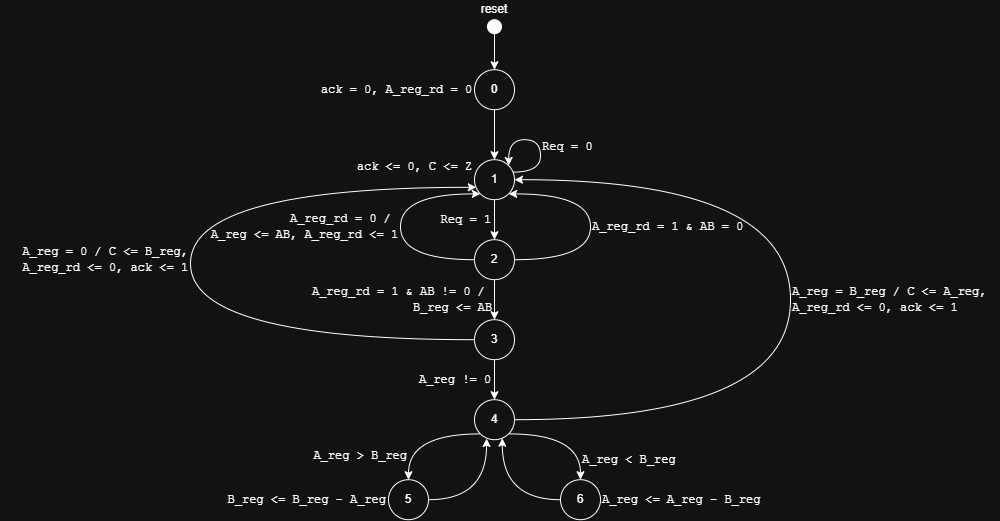
The draw.io diagram assignment_1/State_graph.png in Thommimp/02203_Design_of_Digital_Systems, before a commit. Source tidied: cells renumbered, new cells last; positions are measured from the earlier drawing's top-left corner, leaving out a move shared by most shapes.
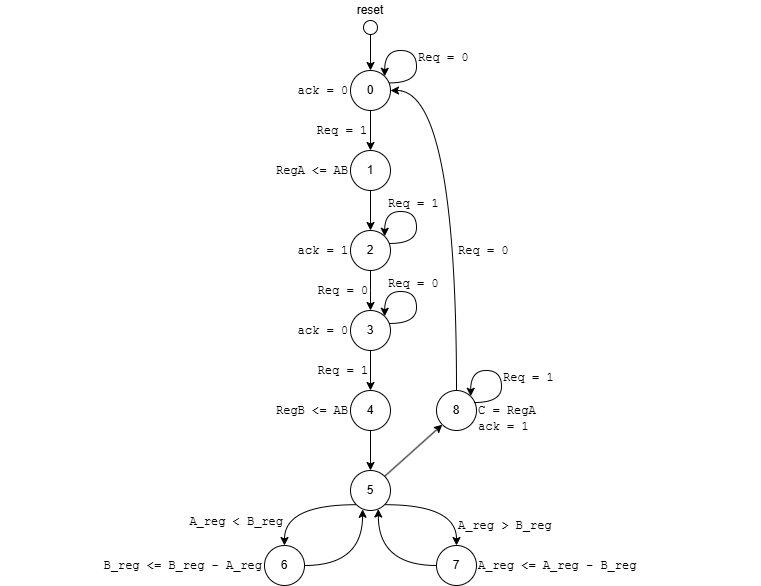
Above is the later version.

Diff of the diagram source:
```diff
@@ -3,126 +3,66 @@
     <mxCell id="0" />
     <mxCell id="1" parent="0" />
     <mxCell id="2" value="&lt;font face=&quot;Courier New&quot;&gt;Req = 1&lt;/font&gt;" style="text;html=1;whiteSpace=wrap;strokeColor=none;fillColor=none;align=right;verticalAlign=middle;rounded=0;" parent="1" vertex="1">
-      <mxGeometry x="433" y="200" width="60" height="40" as="geometry" />
+      <mxGeometry x="433" y="110" width="60" height="40" as="geometry" />
     </mxCell>
-    <mxCell id="3" value="1" style="strokeWidth=1;html=1;shape=mxgraph.flowchart.start_2;whiteSpace=wrap;" parent="1" vertex="1">
-      <mxGeometry x="474" y="160" width="40" height="40" as="geometry" />
+    <mxCell id="3" value="0" style="strokeWidth=1;html=1;shape=mxgraph.flowchart.start_2;whiteSpace=wrap;" parent="1" vertex="1">
+      <mxGeometry x="474" y="70" width="40" height="40" as="geometry" />
     </mxCell>
     <mxCell id="4" style="edgeStyle=orthogonalEdgeStyle;rounded=0;orthogonalLoop=1;jettySize=auto;html=1;exitX=0.964;exitY=0.311;exitDx=0;exitDy=0;exitPerimeter=0;entryX=0.855;entryY=0.145;entryDx=0;entryDy=0;entryPerimeter=0;curved=1;innerLoopWaypoints=1;" parent="1" edge="1" source="3" target="3">
       <mxGeometry relative="1" as="geometry">
         <Array as="points">
-          <mxPoint x="540" y="172.4" />
-          <mxPoint x="540" y="140" />
-          <mxPoint x="508.2" y="140" />
+          <mxPoint x="540" y="82.4" />
+          <mxPoint x="540" y="50" />
+          <mxPoint x="508.2" y="50" />
         </Array>
       </mxGeometry>
     </mxCell>
     <mxCell id="5" value="&lt;font face=&quot;Courier New&quot;&gt;Req = 0&lt;/font&gt;" style="text;html=1;whiteSpace=wrap;strokeColor=none;fillColor=none;align=left;verticalAlign=middle;rounded=0;" parent="1" vertex="1">
-      <mxGeometry x="540" y="140" width="190" height="14" as="geometry" />
+      <mxGeometry x="540" y="50" width="190" height="14" as="geometry" />
     </mxCell>
-    <mxCell id="6" value="2" style="strokeWidth=1;html=1;shape=mxgraph.flowchart.start_2;whiteSpace=wrap;" parent="1" vertex="1">
-      <mxGeometry x="474" y="240" width="40" height="40" as="geometry" />
+    <mxCell id="6" value="1" style="strokeWidth=1;html=1;shape=mxgraph.flowchart.start_2;whiteSpace=wrap;" parent="1" vertex="1">
+      <mxGeometry x="474" y="150" width="40" height="40" as="geometry" />
     </mxCell>
     <mxCell id="7" style="edgeStyle=orthogonalEdgeStyle;rounded=0;jettySize=auto;html=1;exitX=0.5;exitY=1;exitDx=0;exitDy=0;exitPerimeter=0;entryX=0.5;entryY=0;entryDx=0;entryDy=0;entryPerimeter=0;curved=1;" parent="1" edge="1" source="3" target="6">
       <mxGeometry relative="1" as="geometry" />
     </mxCell>
-    <mxCell id="8" style="edgeStyle=orthogonalEdgeStyle;rounded=0;jettySize=auto;html=1;" parent="1" edge="1" source="9" target="3">
-      <mxGeometry relative="1" as="geometry" />
-    </mxCell>
-    <mxCell id="9" value="0" style="strokeWidth=1;html=1;shape=mxgraph.flowchart.start_2;whiteSpace=wrap;" parent="1" vertex="1">
-      <mxGeometry x="474" y="70" width="40" height="40" as="geometry" />
-    </mxCell>
     <mxCell id="10" value="reset" style="text;html=1;whiteSpace=wrap;strokeColor=none;fillColor=none;align=center;verticalAlign=middle;rounded=0;" parent="1" vertex="1">
       <mxGeometry x="474" width="40" height="20" as="geometry" />
     </mxCell>
     <mxCell id="11" style="ellipse;whiteSpace=wrap;html=1;shapeInside=1;fillColor=light-dark(#FFFFFF,#FFFFFF);" parent="1" vertex="1">
       <mxGeometry x="487" y="20" width="14" height="14" as="geometry" />
     </mxCell>
-    <mxCell id="12" style="edgeStyle=orthogonalEdgeStyle;rounded=0;jettySize=auto;html=1;entryX=0.5;entryY=0;entryDx=0;entryDy=0;entryPerimeter=0;" parent="1" edge="1" source="11" target="9">
-      <mxGeometry relative="1" as="geometry" />
+    <mxCell id="12" style="edgeStyle=orthogonalEdgeStyle;rounded=0;jettySize=auto;html=1;entryX=0.5;entryY=0;entryDx=0;entryDy=0;entryPerimeter=0;" parent="1" edge="1" source="11">
+      <mxGeometry relative="1" as="geometry">
+        <mxPoint x="494" y="70" as="targetPoint" />
+      </mxGeometry>
     </mxCell>
-    <mxCell id="13" value="&lt;div style=&quot;&quot;&gt;&lt;span style=&quot;font-family: &amp;quot;Courier New&amp;quot;; background-color: transparent; color: light-dark(rgb(0, 0, 0), rgb(255, 255, 255));&quot;&gt;ack = 0,&amp;nbsp;&lt;/span&gt;&lt;span style=&quot;font-family: &amp;quot;Courier New&amp;quot;; background-color: transparent; color: light-dark(rgb(0, 0, 0), rgb(255, 255, 255));&quot;&gt;A_reg_rd = 0&lt;/span&gt;&lt;/div&gt;" style="text;html=1;whiteSpace=wrap;strokeColor=none;fillColor=none;align=right;verticalAlign=middle;rounded=0;" parent="1" vertex="1">
-      <mxGeometry x="320" y="63.8" width="154" height="52.5" as="geometry" />
-    </mxCell>
-    <mxCell id="14" value="3" style="strokeWidth=1;html=1;shape=mxgraph.flowchart.start_2;whiteSpace=wrap;" parent="1" vertex="1">
-      <mxGeometry x="474" y="320" width="40" height="40" as="geometry" />
+    <mxCell id="14" value="2" style="strokeWidth=1;html=1;shape=mxgraph.flowchart.start_2;whiteSpace=wrap;" parent="1" vertex="1">
+      <mxGeometry x="474" y="230" width="40" height="40" as="geometry" />
     </mxCell>
     <mxCell id="15" style="edgeStyle=orthogonalEdgeStyle;rounded=0;jettySize=auto;html=1;entryX=0.5;entryY=0;entryDx=0;entryDy=0;entryPerimeter=0;" parent="1" edge="1" source="6" target="14">
       <mxGeometry relative="1" as="geometry" />
     </mxCell>
-    <mxCell id="16" style="edgeStyle=orthogonalEdgeStyle;rounded=0;jettySize=auto;html=1;entryX=0.855;entryY=0.855;entryDx=0;entryDy=0;entryPerimeter=0;curved=1;" parent="1" edge="1" source="6" target="3">
-      <mxGeometry relative="1" as="geometry">
-        <Array as="points">
-          <mxPoint x="590" y="260" />
-          <mxPoint x="590" y="194.2" />
-        </Array>
-      </mxGeometry>
-    </mxCell>
-    <mxCell id="17" style="edgeStyle=orthogonalEdgeStyle;rounded=0;jettySize=auto;html=1;entryX=0.145;entryY=0.855;entryDx=0;entryDy=0;entryPerimeter=0;curved=1;" parent="1" edge="1" source="6" target="3">
-      <mxGeometry relative="1" as="geometry">
-        <Array as="points">
-          <mxPoint x="400" y="260" />
-          <mxPoint x="400" y="194.2" />
-        </Array>
-      </mxGeometry>
-    </mxCell>
-    <mxCell id="18" value="&lt;font face=&quot;Courier New&quot;&gt;A_reg_rd = 0 /&amp;nbsp;&lt;/font&gt;&lt;div style=&quot;&quot;&gt;&lt;span style=&quot;font-family: &amp;quot;Courier New&amp;quot;; background-color: transparent; color: light-dark(rgb(0, 0, 0), rgb(255, 255, 255));&quot;&gt;A_reg &amp;lt;= AB, A_reg_rd &amp;lt;= 1&lt;/span&gt;&lt;/div&gt;" style="text;html=1;whiteSpace=wrap;strokeColor=none;fillColor=none;align=right;verticalAlign=middle;rounded=0;" parent="1" vertex="1">
-      <mxGeometry x="210" y="210" width="190" height="34" as="geometry" />
-    </mxCell>
-    <mxCell id="19" value="&lt;font face=&quot;Courier New&quot;&gt;A_reg_rd = 1 &amp;amp; AB = 0&lt;br&gt;&lt;/font&gt;" style="text;html=1;whiteSpace=wrap;strokeColor=none;fillColor=none;align=left;verticalAlign=middle;rounded=0;" parent="1" vertex="1">
-      <mxGeometry x="590" y="210" width="190" height="34" as="geometry" />
-    </mxCell>
-    <mxCell id="20" value="&lt;font face=&quot;Courier New&quot;&gt;A_reg_rd = 1 &amp;amp; AB != 0 /&amp;nbsp;&lt;/font&gt;&lt;div style=&quot;&quot;&gt;&lt;span style=&quot;font-family: &amp;quot;Courier New&amp;quot;; background-color: transparent; color: light-dark(rgb(0, 0, 0), rgb(255, 255, 255));&quot;&gt;B_reg &amp;lt;= AB&lt;/span&gt;&lt;/div&gt;" style="text;html=1;whiteSpace=wrap;strokeColor=none;fillColor=none;align=right;verticalAlign=middle;rounded=0;" parent="1" vertex="1">
-      <mxGeometry x="304" y="280" width="190" height="40" as="geometry" />
-    </mxCell>
-    <mxCell id="21" style="edgeStyle=orthogonalEdgeStyle;rounded=0;jettySize=auto;html=1;entryX=0.045;entryY=0.69;entryDx=0;entryDy=0;entryPerimeter=0;curved=1;" parent="1" edge="1" source="14" target="3">
-      <mxGeometry relative="1" as="geometry">
-        <Array as="points">
-          <mxPoint x="190" y="340" />
-          <mxPoint x="190" y="187.6" />
-        </Array>
-      </mxGeometry>
-    </mxCell>
-    <mxCell id="22" value="&lt;font face=&quot;Courier New&quot;&gt;A_reg = 0 /&amp;nbsp;&lt;/font&gt;&lt;span style=&quot;background-color: transparent; color: light-dark(rgb(0, 0, 0), rgb(255, 255, 255));&quot;&gt;&lt;font face=&quot;Courier New&quot;&gt;C &amp;lt;= B_reg,&lt;/font&gt;&lt;/span&gt;&lt;div&gt;&lt;span style=&quot;background-color: transparent; color: light-dark(rgb(0, 0, 0), rgb(255, 255, 255)); font-family: &amp;quot;Courier New&amp;quot;;&quot;&gt;A_reg_rd &amp;lt;= 0&lt;/span&gt;&lt;span style=&quot;background-color: transparent; color: light-dark(rgb(0, 0, 0), rgb(255, 255, 255)); font-family: &amp;quot;Courier New&amp;quot;;&quot;&gt;, ack &amp;lt;= 1&lt;/span&gt;&lt;/div&gt;" style="text;html=1;whiteSpace=wrap;strokeColor=none;fillColor=none;align=right;verticalAlign=middle;rounded=0;" parent="1" vertex="1">
-      <mxGeometry y="243" width="190" height="34" as="geometry" />
-    </mxCell>
     <mxCell id="23" style="edgeStyle=orthogonalEdgeStyle;rounded=0;jettySize=auto;html=1;exitX=0.855;exitY=0.855;exitDx=0;exitDy=0;exitPerimeter=0;curved=1;" parent="1" edge="1" source="24" target="28">
       <mxGeometry relative="1" as="geometry" />
     </mxCell>
-    <mxCell id="24" value="4" style="strokeWidth=1;html=1;shape=mxgraph.flowchart.start_2;whiteSpace=wrap;" parent="1" vertex="1">
-      <mxGeometry x="474" y="400" width="40" height="40" as="geometry" />
+    <mxCell id="24" value="5" style="strokeWidth=1;html=1;shape=mxgraph.flowchart.start_2;whiteSpace=wrap;" parent="1" vertex="1">
+      <mxGeometry x="474" y="470" width="40" height="40" as="geometry" />
     </mxCell>
-    <mxCell id="25" style="edgeStyle=orthogonalEdgeStyle;rounded=0;jettySize=auto;html=1;entryX=0.5;entryY=0;entryDx=0;entryDy=0;entryPerimeter=0;" parent="1" edge="1" source="14" target="24">
-      <mxGeometry relative="1" as="geometry" />
-    </mxCell>
-    <mxCell id="26" value="&lt;font face=&quot;Courier New&quot;&gt;A_reg != 0&lt;/font&gt;" style="text;html=1;whiteSpace=wrap;strokeColor=none;fillColor=none;align=right;verticalAlign=middle;rounded=0;" parent="1" vertex="1">
-      <mxGeometry x="303" y="360" width="190" height="40" as="geometry" />
-    </mxCell>
-    <mxCell id="27" value="5" style="strokeWidth=1;html=1;shape=mxgraph.flowchart.start_2;whiteSpace=wrap;" parent="1" vertex="1">
-      <mxGeometry x="388" y="480" width="40" height="40" as="geometry" />
+    <mxCell id="27" value="6" style="strokeWidth=1;html=1;shape=mxgraph.flowchart.start_2;whiteSpace=wrap;" parent="1" vertex="1">
+      <mxGeometry x="388" y="545" width="40" height="40" as="geometry" />
     </mxCell>
-    <mxCell id="28" value="6" style="strokeWidth=1;html=1;shape=mxgraph.flowchart.start_2;whiteSpace=wrap;" parent="1" vertex="1">
-      <mxGeometry x="560" y="480" width="40" height="40" as="geometry" />
+    <mxCell id="28" value="7" style="strokeWidth=1;html=1;shape=mxgraph.flowchart.start_2;whiteSpace=wrap;" parent="1" vertex="1">
+      <mxGeometry x="560" y="545" width="40" height="40" as="geometry" />
     </mxCell>
     <mxCell id="29" style="edgeStyle=orthogonalEdgeStyle;rounded=0;jettySize=auto;html=1;exitX=0.145;exitY=0.855;exitDx=0;exitDy=0;exitPerimeter=0;entryX=0.5;entryY=0;entryDx=0;entryDy=0;entryPerimeter=0;curved=1;" parent="1" edge="1" source="24" target="27">
       <mxGeometry relative="1" as="geometry" />
     </mxCell>
-    <mxCell id="30" style="edgeStyle=orthogonalEdgeStyle;rounded=0;jettySize=auto;html=1;exitX=1;exitY=0.5;exitDx=0;exitDy=0;exitPerimeter=0;entryX=1;entryY=0.5;entryDx=0;entryDy=0;entryPerimeter=0;curved=1;" parent="1" edge="1" source="24" target="3">
-      <mxGeometry relative="1" as="geometry">
-        <Array as="points">
-          <mxPoint x="790" y="420" />
-          <mxPoint x="790" y="180" />
-        </Array>
-      </mxGeometry>
-    </mxCell>
-    <mxCell id="31" value="&lt;font face=&quot;Courier New&quot;&gt;A_reg = B_reg /&amp;nbsp;&lt;/font&gt;&lt;span style=&quot;font-family: &amp;quot;Courier New&amp;quot;; background-color: transparent; color: light-dark(rgb(0, 0, 0), rgb(255, 255, 255));&quot;&gt;C &amp;lt;= A_reg,&lt;/span&gt;&lt;div&gt;&lt;div style=&quot;&quot;&gt;&lt;span style=&quot;background-color: transparent; color: light-dark(rgb(0, 0, 0), rgb(255, 255, 255));&quot;&gt;&lt;font face=&quot;Courier New&quot;&gt;A_reg_rd &amp;lt;= 0,&amp;nbsp;&lt;/font&gt;&lt;/span&gt;&lt;span style=&quot;font-family: &amp;quot;Courier New&amp;quot;; background-color: transparent; color: light-dark(rgb(0, 0, 0), rgb(255, 255, 255));&quot;&gt;ack &amp;lt;= 1&lt;/span&gt;&lt;/div&gt;&lt;/div&gt;" style="text;html=1;whiteSpace=wrap;strokeColor=none;fillColor=none;align=left;verticalAlign=middle;rounded=0;" parent="1" vertex="1">
-      <mxGeometry x="790" y="280" width="210" height="40" as="geometry" />
-    </mxCell>
-    <mxCell id="32" value="&lt;font face=&quot;Courier New&quot;&gt;A_reg &amp;lt; B_reg&lt;/font&gt;" style="text;html=1;whiteSpace=wrap;strokeColor=none;fillColor=none;align=left;verticalAlign=middle;rounded=0;" parent="1" vertex="1">
-      <mxGeometry x="580" y="450" width="285" height="20" as="geometry" />
+    <mxCell id="32" value="&lt;font face=&quot;Courier New&quot;&gt;A_reg &amp;gt; B_reg&lt;/font&gt;" style="text;html=1;whiteSpace=wrap;strokeColor=none;fillColor=none;align=left;verticalAlign=middle;rounded=0;" parent="1" vertex="1">
+      <mxGeometry x="580" y="515" width="285" height="20" as="geometry" />
     </mxCell>
-    <mxCell id="33" value="&lt;font face=&quot;Courier New&quot;&gt;A_reg &amp;gt; B_reg&lt;/font&gt;" style="text;html=1;whiteSpace=wrap;strokeColor=none;fillColor=none;align=right;verticalAlign=middle;rounded=0;" parent="1" vertex="1">
-      <mxGeometry x="124" y="446" width="285" height="20" as="geometry" />
+    <mxCell id="33" value="&lt;font face=&quot;Courier New&quot;&gt;A_reg &amp;lt; B_reg&lt;/font&gt;" style="text;html=1;whiteSpace=wrap;strokeColor=none;fillColor=none;align=right;verticalAlign=middle;rounded=0;" parent="1" vertex="1">
+      <mxGeometry x="124" y="511" width="285" height="20" as="geometry" />
     </mxCell>
     <mxCell id="34" style="edgeStyle=orthogonalEdgeStyle;rounded=0;jettySize=auto;html=1;exitX=1;exitY=0.5;exitDx=0;exitDy=0;exitPerimeter=0;entryX=0.302;entryY=0.97;entryDx=0;entryDy=0;entryPerimeter=0;curved=1;" parent="1" edge="1" source="27" target="24">
       <mxGeometry relative="1" as="geometry" />
@@ -131,13 +71,105 @@
       <mxGeometry relative="1" as="geometry" />
     </mxCell>
     <mxCell id="36" value="&lt;font face=&quot;Courier New&quot;&gt;B_reg &amp;lt;= B_reg - A_reg&lt;/font&gt;" style="text;html=1;whiteSpace=wrap;strokeColor=none;fillColor=none;align=right;verticalAlign=middle;rounded=0;" parent="1" vertex="1">
-      <mxGeometry x="218" y="485" width="170" height="30" as="geometry" />
+      <mxGeometry x="218" y="550" width="170" height="30" as="geometry" />
     </mxCell>
     <mxCell id="37" value="&lt;span style=&quot;font-family: &amp;quot;Courier New&amp;quot;;&quot;&gt;A_reg &amp;lt;= A_reg - B_reg&lt;/span&gt;" style="text;html=1;whiteSpace=wrap;strokeColor=none;fillColor=none;align=left;verticalAlign=middle;rounded=0;" parent="1" vertex="1">
-      <mxGeometry x="600" y="490" width="285" height="20" as="geometry" />
+      <mxGeometry x="600" y="555" width="285" height="20" as="geometry" />
     </mxCell>
-    <mxCell id="38" value="&lt;font face=&quot;Courier New&quot;&gt;ack &amp;lt;= 0, C &amp;lt;= Z&lt;/font&gt;" style="text;html=1;whiteSpace=wrap;strokeColor=none;fillColor=none;align=right;verticalAlign=middle;rounded=0;" parent="1" vertex="1">
-      <mxGeometry x="284" y="160" width="190" height="14" as="geometry" />
+    <mxCell id="38" value="&lt;font face=&quot;Courier New&quot;&gt;ack = 0&lt;/font&gt;" style="text;html=1;whiteSpace=wrap;strokeColor=none;fillColor=none;align=right;verticalAlign=middle;rounded=0;" parent="1" vertex="1">
+      <mxGeometry x="284" y="83" width="190" height="14" as="geometry" />
     </mxCell>
+    <mxCell id="39" value="&lt;font face=&quot;Courier New&quot;&gt;RegA &amp;lt;= AB&lt;/font&gt;" style="text;html=1;whiteSpace=wrap;strokeColor=none;fillColor=none;align=right;verticalAlign=middle;rounded=0;" parent="1" vertex="1">
+      <mxGeometry x="284" y="163" width="190" height="14" as="geometry" />
+    </mxCell>
+    <mxCell id="40" value="&lt;font face=&quot;Courier New&quot;&gt;ack = 1&lt;/font&gt;" style="text;html=1;whiteSpace=wrap;strokeColor=none;fillColor=none;align=right;verticalAlign=middle;rounded=0;" parent="1" vertex="1">
+      <mxGeometry x="284" y="243" width="190" height="14" as="geometry" />
+    </mxCell>
+    <mxCell id="41" value="&lt;font face=&quot;Courier New&quot;&gt;Req = 0&lt;/font&gt;" style="text;html=1;whiteSpace=wrap;strokeColor=none;fillColor=none;align=right;verticalAlign=middle;rounded=0;" parent="1" vertex="1">
+      <mxGeometry x="434" y="270" width="60" height="40" as="geometry" />
+    </mxCell>
+    <mxCell id="42" value="3" style="strokeWidth=1;html=1;shape=mxgraph.flowchart.start_2;whiteSpace=wrap;" parent="1" vertex="1">
+      <mxGeometry x="474" y="310" width="40" height="40" as="geometry" />
+    </mxCell>
+    <mxCell id="43" style="edgeStyle=orthogonalEdgeStyle;rounded=0;jettySize=auto;html=1;exitX=1;exitY=0;exitDx=0;exitDy=0;entryX=0.5;entryY=0;entryDx=0;entryDy=0;entryPerimeter=0;" parent="1" edge="1" source="41" target="42">
+      <mxGeometry relative="1" as="geometry">
+        <Array as="points">
+          <mxPoint x="494" y="290" />
+          <mxPoint x="494" y="290" />
+        </Array>
+      </mxGeometry>
+    </mxCell>
+    <mxCell id="44" value="&lt;font face=&quot;Courier New&quot;&gt;ack = 0&lt;/font&gt;" style="text;html=1;whiteSpace=wrap;strokeColor=none;fillColor=none;align=right;verticalAlign=middle;rounded=0;" parent="1" vertex="1">
+      <mxGeometry x="284" y="323" width="190" height="14" as="geometry" />
+    </mxCell>
+    <mxCell id="45" value="&lt;font face=&quot;Courier New&quot;&gt;Req = 1&lt;/font&gt;" style="text;html=1;whiteSpace=wrap;strokeColor=none;fillColor=none;align=right;verticalAlign=middle;rounded=0;" parent="1" vertex="1">
+      <mxGeometry x="434" y="350" width="60" height="40" as="geometry" />
+    </mxCell>
+    <mxCell id="46" value="4" style="strokeWidth=1;html=1;shape=mxgraph.flowchart.start_2;whiteSpace=wrap;" parent="1" vertex="1">
+      <mxGeometry x="474" y="390" width="40" height="40" as="geometry" />
+    </mxCell>
+    <mxCell id="47" style="edgeStyle=orthogonalEdgeStyle;rounded=0;jettySize=auto;html=1;exitX=0.5;exitY=1;exitDx=0;exitDy=0;exitPerimeter=0;entryX=0.5;entryY=0;entryDx=0;entryDy=0;entryPerimeter=0;" parent="1" edge="1" source="42" target="46">
+      <mxGeometry relative="1" as="geometry" />
+    </mxCell>
+    <mxCell id="48" value="&lt;font face=&quot;Courier New&quot;&gt;RegB &amp;lt;= AB&lt;/font&gt;" style="text;html=1;whiteSpace=wrap;strokeColor=none;fillColor=none;align=right;verticalAlign=middle;rounded=0;" parent="1" vertex="1">
+      <mxGeometry x="284" y="403" width="190" height="14" as="geometry" />
+    </mxCell>
+    <mxCell id="49" style="edgeStyle=orthogonalEdgeStyle;rounded=0;jettySize=auto;html=1;entryX=0.5;entryY=0;entryDx=0;entryDy=0;entryPerimeter=0;" parent="1" edge="1" source="46" target="24">
+      <mxGeometry relative="1" as="geometry" />
+    </mxCell>
+    <mxCell id="50" value="8" style="strokeWidth=1;html=1;shape=mxgraph.flowchart.start_2;whiteSpace=wrap;" parent="1" vertex="1">
+      <mxGeometry x="560" y="390" width="40" height="40" as="geometry" />
+    </mxCell>
+    <mxCell id="51" style="rounded=0;jettySize=auto;html=1;exitX=0.855;exitY=0.145;exitDx=0;exitDy=0;exitPerimeter=0;entryX=0.145;entryY=0.855;entryDx=0;entryDy=0;entryPerimeter=0;" parent="1" edge="1" source="24" target="50">
+      <mxGeometry relative="1" as="geometry" />
+    </mxCell>
+    <mxCell id="52" style="edgeStyle=orthogonalEdgeStyle;rounded=0;jettySize=auto;html=1;entryX=1;entryY=0.5;entryDx=0;entryDy=0;entryPerimeter=0;curved=1;exitX=0.5;exitY=0;exitDx=0;exitDy=0;exitPerimeter=0;" parent="1" edge="1" source="50" target="3">
+      <mxGeometry relative="1" as="geometry" />
+    </mxCell>
+    <mxCell id="53" value="&lt;font face=&quot;Courier New&quot;&gt;C = RegA&lt;/font&gt;&lt;div style=&quot;&quot;&gt;&lt;font face=&quot;Courier New&quot;&gt;ack = 1&lt;/font&gt;&lt;/div&gt;" style="text;html=1;whiteSpace=wrap;strokeColor=none;fillColor=none;align=left;verticalAlign=middle;rounded=0;" parent="1" vertex="1">
+      <mxGeometry x="600" y="403" width="190" height="30" as="geometry" />
+    </mxCell>
+    <mxCell id="54" value="&lt;font face=&quot;Courier New&quot;&gt;Req = 0&lt;/font&gt;" style="text;html=1;whiteSpace=wrap;strokeColor=none;fillColor=none;align=left;verticalAlign=middle;rounded=0;" parent="1" vertex="1">
+      <mxGeometry x="580" y="243" width="190" height="14" as="geometry" />
+    </mxCell>
+    <mxCell id="55" style="edgeStyle=orthogonalEdgeStyle;rounded=0;jettySize=auto;html=1;exitX=0.964;exitY=0.311;exitDx=0;exitDy=0;exitPerimeter=0;entryX=0.855;entryY=0.145;entryDx=0;entryDy=0;entryPerimeter=0;curved=1;innerLoopWaypoints=1;" parent="1" edge="1" target="50">
+      <mxGeometry relative="1" as="geometry">
+        <mxPoint x="598" y="402" as="sourcePoint" />
+        <Array as="points">
+          <mxPoint x="625" y="402" />
+          <mxPoint x="625" y="370" />
+          <mxPoint x="594.2" y="370" />
+        </Array>
+      </mxGeometry>
+    </mxCell>
+    <mxCell id="56" value="&lt;font face=&quot;Courier New&quot;&gt;Req = 1&lt;/font&gt;" style="text;html=1;whiteSpace=wrap;strokeColor=none;fillColor=none;align=left;verticalAlign=middle;rounded=0;" parent="1" vertex="1">
+      <mxGeometry x="625" y="370" width="190" height="14" as="geometry" />
+    </mxCell>
+    <mxCell id="57" style="edgeStyle=orthogonalEdgeStyle;rounded=0;jettySize=auto;html=1;exitX=0.964;exitY=0.311;exitDx=0;exitDy=0;exitPerimeter=0;entryX=0.855;entryY=0.145;entryDx=0;entryDy=0;entryPerimeter=0;curved=1;innerLoopWaypoints=1;" parent="1" edge="1" target="14">
+      <mxGeometry relative="1" as="geometry">
+        <mxPoint x="513" y="243" as="sourcePoint" />
+        <Array as="points">
+          <mxPoint x="540" y="243" />
+          <mxPoint x="540" y="211" />
+          <mxPoint x="508.2" y="211" />
+        </Array>
+      </mxGeometry>
+    </mxCell>
+    <mxCell id="58" value="&lt;font face=&quot;Courier New&quot;&gt;Req = 1&lt;/font&gt;" style="text;html=1;whiteSpace=wrap;strokeColor=none;fillColor=none;align=left;verticalAlign=middle;rounded=0;" parent="1" vertex="1">
+      <mxGeometry x="510" y="196" width="190" height="14" as="geometry" />
+    </mxCell>
+    <mxCell id="59" style="edgeStyle=orthogonalEdgeStyle;rounded=0;jettySize=auto;html=1;exitX=0.964;exitY=0.311;exitDx=0;exitDy=0;exitPerimeter=0;entryX=0.855;entryY=0.145;entryDx=0;entryDy=0;entryPerimeter=0;curved=1;innerLoopWaypoints=1;" parent="1" edge="1" target="42">
+      <mxGeometry relative="1" as="geometry">
+        <mxPoint x="513" y="323" as="sourcePoint" />
+        <Array as="points">
+          <mxPoint x="540" y="323" />
+          <mxPoint x="540" y="291" />
+          <mxPoint x="508.2" y="291" />
+        </Array>
+      </mxGeometry>
+    </mxCell>
+    <mxCell id="60" value="&lt;font face=&quot;Courier New&quot;&gt;Req = 0&amp;nbsp;&lt;/font&gt;" style="text;html=1;whiteSpace=wrap;strokeColor=none;fillColor=none;align=left;verticalAlign=middle;rounded=0;" parent="1" vertex="1">
+      <mxGeometry x="510" y="276" width="190" height="14" as="geometry" />
+    </mxCell>
   </root>
 </mxGraphModel>
```
